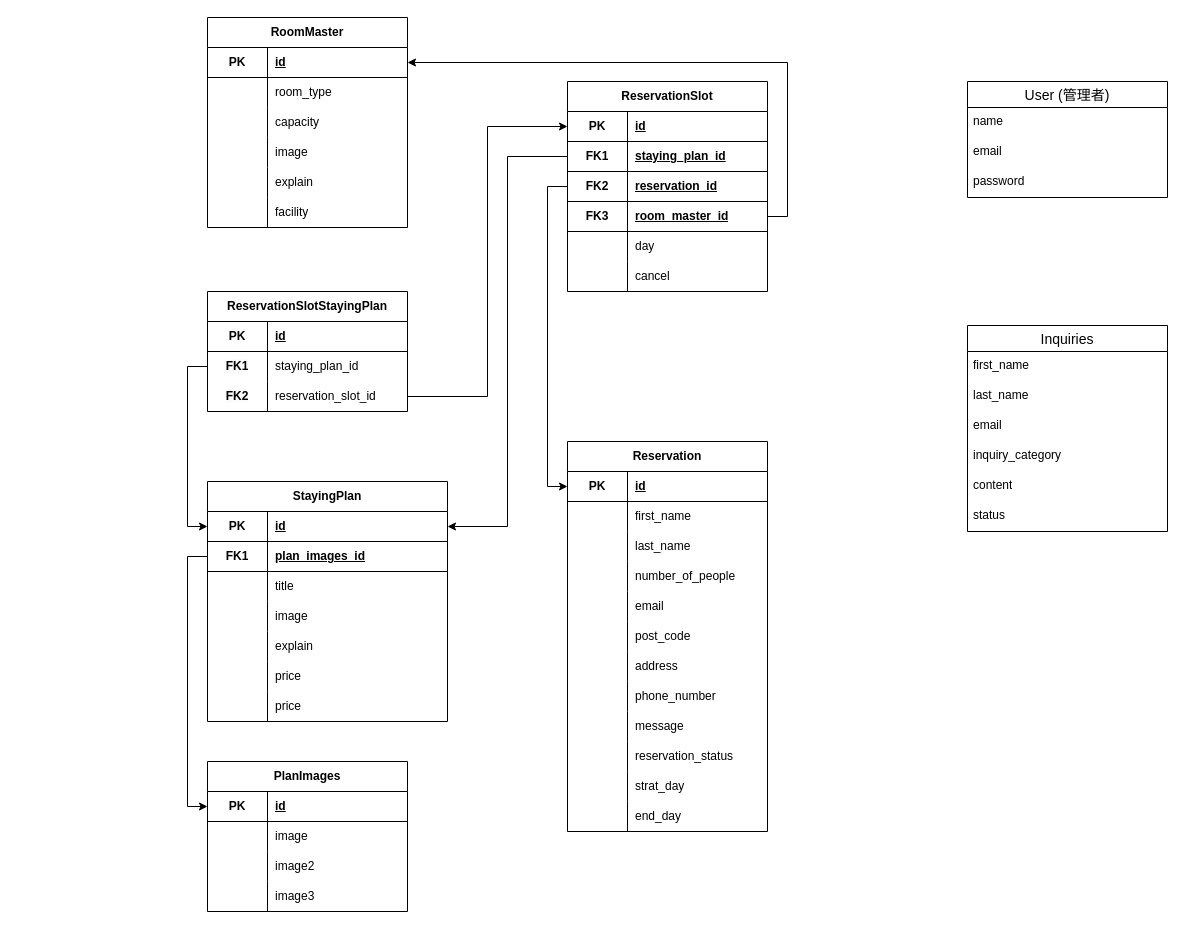
This is ER図.drawio from your-school/reserve, a draw.io file, before an edit. Source tidied: cells renumbered, new cells numbered last; positions are measured from the earlier drawing's top-left corner, leaving out a move shared by most shapes. Both pictures are drawn from the tidied source at 100%, with x=0, y=0 at pixel (207, 17).
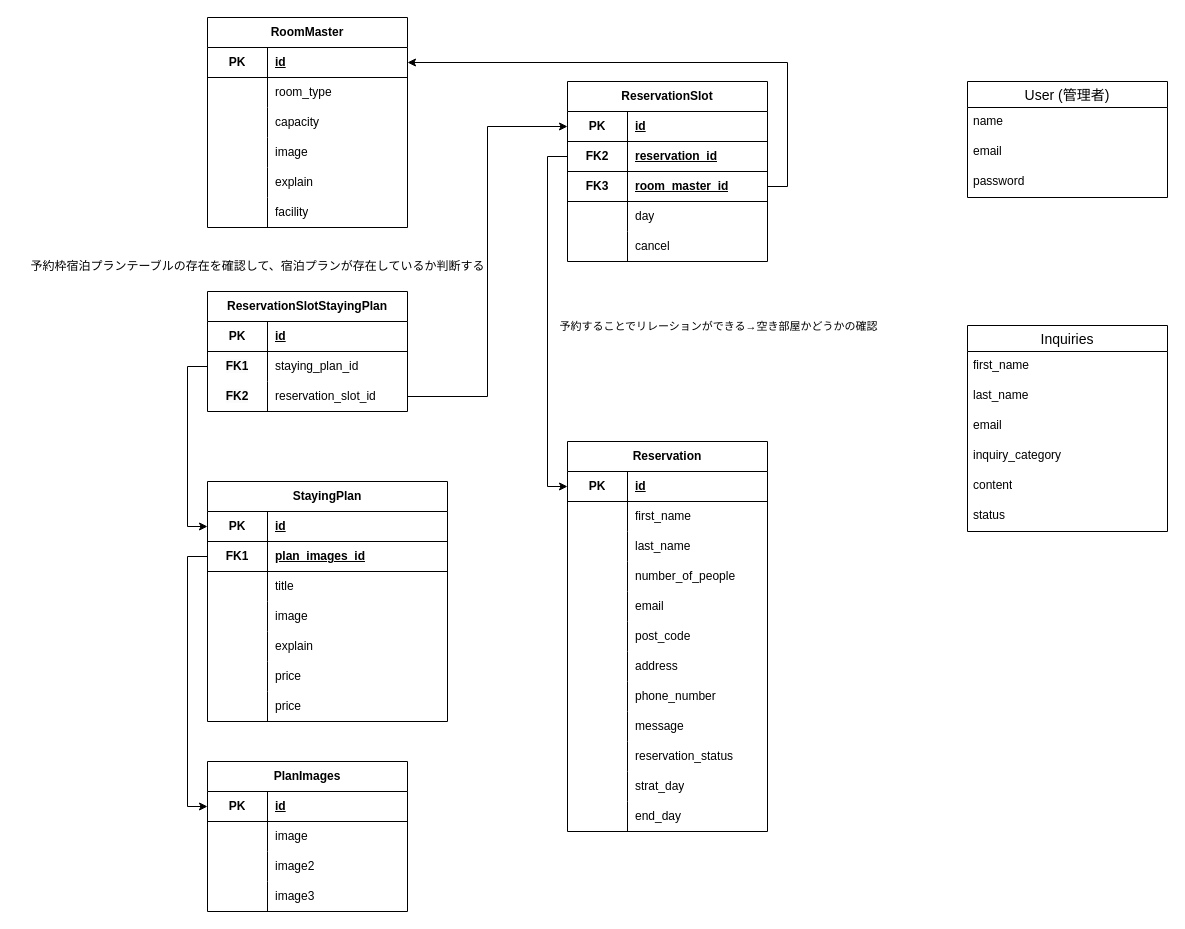
Above is the later version.

Commit message:
ER図.drawio を更新します

The change refers to these unchanged cells:
```xml
<mxCell id="40" style="shape=tableRow;horizontal=0;startSize=0;swimlaneHead=0;swimlaneBody=0;fillColor=none;points=[[0,0.5],[1,0.5]];portConstraint=eastwest;top=0;left=0;right=0;bottom=1;html=1;" parent="39" vertex="1">
  <mxGeometry y="30" width="240" height="30" as="geometry" />
</mxCell>
<mxCell id="91" style="edgeStyle=orthogonalEdgeStyle;rounded=0;jettySize=auto;html=1;exitX=0;exitY=0.5;exitDx=0;exitDy=0;entryX=0;entryY=0.5;entryDx=0;entryDy=0;" parent="1" edge="1" source="68" target="3">
  <mxGeometry relative="1" as="geometry" />
</mxCell>
```

Diff of the diagram source:
```diff
@@
     <mxCell id="61" value="ReservationSlot" style="shape=table;startSize=30;childLayout=tableLayout;rowLines=0;fontStyle=1;align=center;html=1;whiteSpace=wrap;" parent="1" vertex="1">
-      <mxGeometry x="360" y="64" width="200" height="210" as="geometry" />
+      <mxGeometry x="360" y="64" width="200" height="180" as="geometry" />
     </mxCell>
@@
-    <mxCell id="65" style="shape=tableRow;horizontal=0;startSize=0;swimlaneHead=0;swimlaneBody=0;fillColor=none;points=[[0,0.5],[1,0.5]];portConstraint=eastwest;top=0;left=0;right=0;bottom=1;html=1;" parent="61" vertex="1">
-      <mxGeometry y="60" width="200" height="30" as="geometry" />
-    </mxCell>
-    <mxCell id="66" value="FK1" style="shape=partialRectangle;fillColor=none;top=0;left=0;bottom=0;right=0;fontStyle=1;overflow=hidden;html=1;whiteSpace=wrap;" parent="65" vertex="1">
-      <mxGeometry width="60" height="30" as="geometry" />
-    </mxCell>
-    <mxCell id="67" value="staying_plan_id" style="shape=partialRectangle;fillColor=none;top=0;left=0;bottom=0;right=0;align=left;spacingLeft=6;fontStyle=5;overflow=hidden;html=1;whiteSpace=wrap;" parent="65" vertex="1">
-      <mxGeometry x="60" width="140" height="30" as="geometry" />
-    </mxCell>
     <mxCell id="68" style="shape=tableRow;horizontal=0;startSize=0;swimlaneHead=0;swimlaneBody=0;fillColor=none;points=[[0,0.5],[1,0.5]];portConstraint=eastwest;top=0;left=0;right=0;bottom=1;html=1;" parent="61" vertex="1">
-      <mxGeometry y="90" width="200" height="30" as="geometry" />
+      <mxGeometry y="60" width="200" height="30" as="geometry" />
     </mxCell>
@@
     <mxCell id="71" style="shape=tableRow;horizontal=0;startSize=0;swimlaneHead=0;swimlaneBody=0;fillColor=none;points=[[0,0.5],[1,0.5]];portConstraint=eastwest;top=0;left=0;right=0;bottom=1;html=1;" parent="61" vertex="1">
-      <mxGeometry y="120" width="200" height="30" as="geometry" />
+      <mxGeometry y="90" width="200" height="30" as="geometry" />
     </mxCell>
@@
     <mxCell id="74" style="shape=tableRow;horizontal=0;startSize=0;swimlaneHead=0;swimlaneBody=0;fillColor=none;top=0;left=0;right=0;bottom=0;html=1;" parent="61" vertex="1">
-      <mxGeometry y="150" width="200" height="30" as="geometry" />
+      <mxGeometry y="120" width="200" height="30" as="geometry" />
     </mxCell>
@@
     <mxCell id="77" style="shape=tableRow;horizontal=0;startSize=0;swimlaneHead=0;swimlaneBody=0;fillColor=none;top=0;left=0;right=0;bottom=0;html=1;" parent="61" vertex="1">
-      <mxGeometry y="180" width="200" height="30" as="geometry" />
+      <mxGeometry y="150" width="200" height="30" as="geometry" />
     </mxCell>
@@
+    <mxCell id="139" value="予約することでリレーションができる→空き部屋かどうかの確認" style="edgeLabel;html=1;align=center;verticalAlign=middle;" parent="91" vertex="1">
+      <mxGeometry x="0.23" y="-1" relative="1" as="geometry">
+        <mxPoint x="171" y="-39" as="offset" />
+      </mxGeometry>
+    </mxCell>
@@
-    <mxCell id="138" style="edgeStyle=orthogonalEdgeStyle;rounded=0;jettySize=auto;html=1;exitX=0;exitY=0.5;exitDx=0;exitDy=0;" parent="1" edge="1" source="65" target="40">
-      <mxGeometry relative="1" as="geometry" />
-    </mxCell>
+    <mxCell id="140" value="予約枠宿泊プランテーブルの存在を確認して、宿泊プランが存在しているか判断する" style="text;html=1;align=center;verticalAlign=middle;strokeColor=none;fillColor=none;" parent="1" vertex="1">
+      <mxGeometry x="-190" y="234" width="480" height="30" as="geometry" />
+    </mxCell>
```
